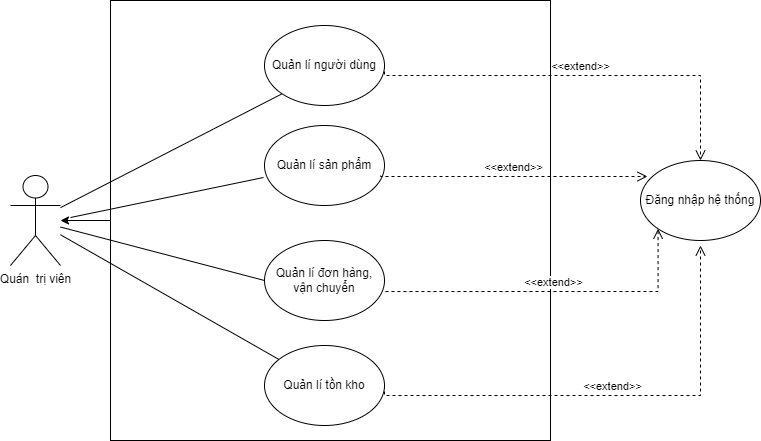
imstudent2210/DATN keeps this draw.io diagram as report/pttk.drawio.png. Above is the earlier version. Source tidied: cells renumbered, new cells last; positions are measured from the earlier drawing's top-left corner, leaving out a move shared by most shapes.
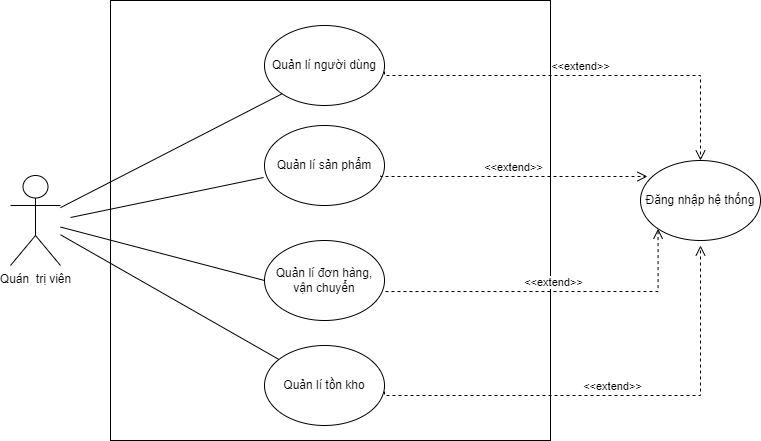
After the commit.

Commit message:
Cập nhật pttk.drawio.png

What changed in the source:
```diff
@@ -5,9 +5,6 @@
     <mxCell id="2" value="Quán&amp;nbsp; trị viên" style="shape=umlActor;verticalLabelPosition=bottom;verticalAlign=top;html=1;outlineConnect=0;" parent="1" vertex="1">
       <mxGeometry y="175" width="50" height="90" as="geometry" />
     </mxCell>
-    <mxCell id="3" style="edgeStyle=orthogonalEdgeStyle;rounded=0;jettySize=auto;html=1;" parent="1" edge="1" source="4" target="2">
-      <mxGeometry relative="1" as="geometry" />
-    </mxCell>
     <mxCell id="4" style="whiteSpace=wrap;html=1;" parent="1" vertex="1">
       <mxGeometry x="100" width="440" height="440" as="geometry" />
     </mxCell>
```
